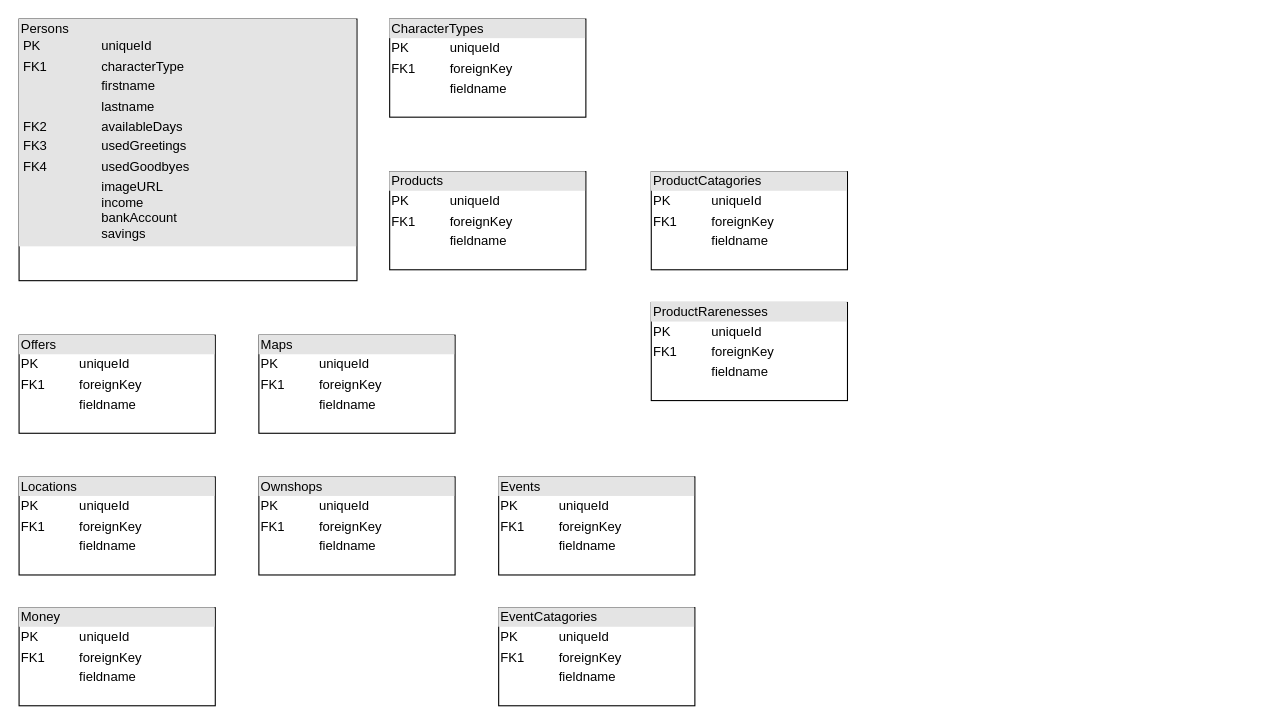
TeacherStijn/Secondhand-storekeeper keeps this draw.io diagram as Secondhandstore.drawio. Above is the earlier version. Source tidied: cells renumbered, new cells numbered last; positions are measured from the earlier drawing's top-left corner, leaving out a move shared by most shapes. Both pictures are drawn from the tidied source at 109%, with x=0, y=0 at pixel (19, 19).
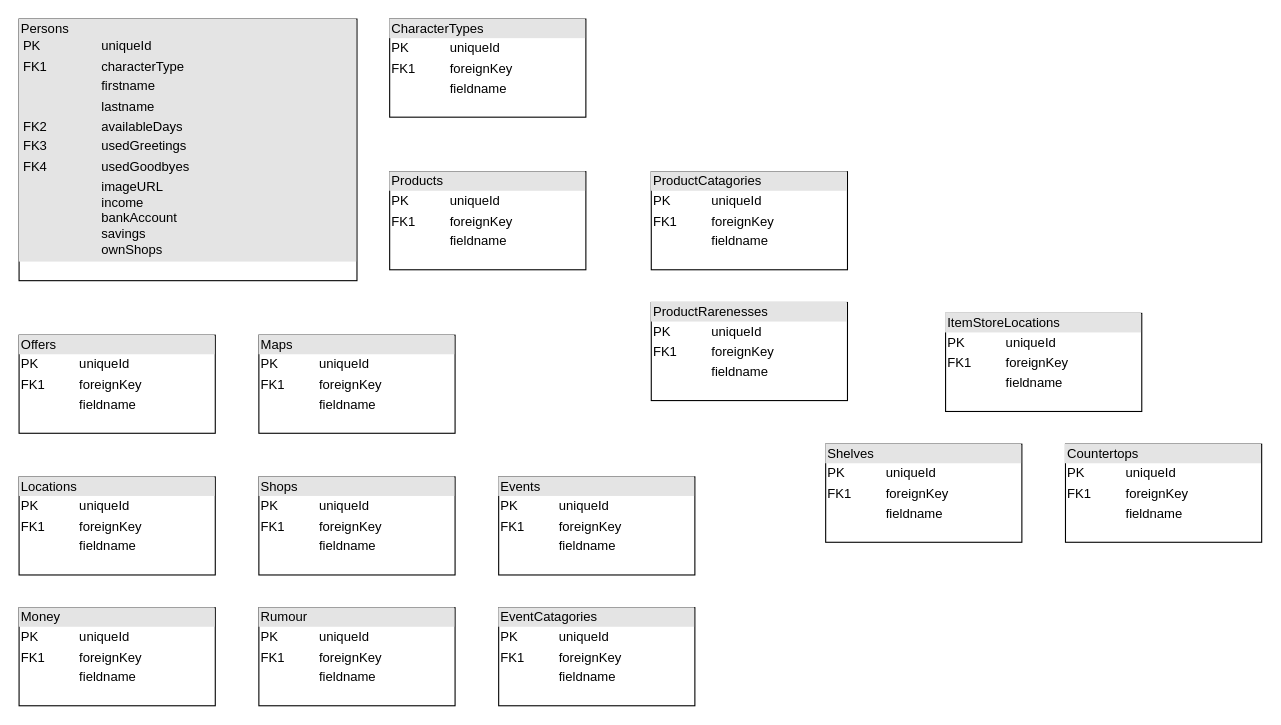
Above is the later version.

What changed in the source:
```diff
@@
 <mxGraphModel>
   <root>
     <mxCell id="0" />
     <mxCell id="1" parent="0" />
-    <mxCell id="2" value="&lt;div style=&quot;box-sizing:border-box;width:100%;background:#e4e4e4;padding:2px;&quot;&gt;Persons&lt;table style=&quot;background-color: initial; font-size: 1em; width: 100%;&quot; cellpadding=&quot;2&quot; cellspacing=&quot;0&quot;&gt;&lt;tbody&gt;&lt;tr&gt;&lt;td&gt;PK&lt;/td&gt;&lt;td&gt;uniqueId&lt;/td&gt;&lt;/tr&gt;&lt;tr&gt;&lt;td&gt;FK1&lt;/td&gt;&lt;td&gt;characterType&lt;/td&gt;&lt;/tr&gt;&lt;tr&gt;&lt;td&gt;&lt;/td&gt;&lt;td&gt;firstname&lt;br&gt;&lt;/td&gt;&lt;/tr&gt;&lt;tr&gt;&lt;td&gt;&lt;br&gt;&lt;/td&gt;&lt;td&gt;lastname&lt;/td&gt;&lt;/tr&gt;&lt;tr&gt;&lt;td&gt;FK2&lt;/td&gt;&lt;td&gt;availableDays&lt;/td&gt;&lt;/tr&gt;&lt;tr&gt;&lt;td&gt;FK3&lt;/td&gt;&lt;td&gt;usedGreetings&lt;/td&gt;&lt;/tr&gt;&lt;tr&gt;&lt;td&gt;FK4&lt;/td&gt;&lt;td&gt;usedGoodbyes&lt;/td&gt;&lt;/tr&gt;&lt;tr&gt;&lt;td&gt;&lt;br&gt;&lt;/td&gt;&lt;td&gt;imageURL&lt;br&gt;income&lt;br&gt;bankAccount&lt;br&gt;savings&lt;/td&gt;&lt;/tr&gt;&lt;/tbody&gt;&lt;/table&gt;&lt;/div&gt;" style="verticalAlign=top;align=left;overflow=fill;html=1;" parent="1" vertex="1">
+    <mxCell id="2" value="&lt;div style=&quot;box-sizing:border-box;width:100%;background:#e4e4e4;padding:2px;&quot;&gt;Persons&lt;table style=&quot;background-color: initial; font-size: 1em; width: 100%;&quot; cellpadding=&quot;2&quot; cellspacing=&quot;0&quot;&gt;&lt;tbody&gt;&lt;tr&gt;&lt;td&gt;PK&lt;/td&gt;&lt;td&gt;uniqueId&lt;/td&gt;&lt;/tr&gt;&lt;tr&gt;&lt;td&gt;FK1&lt;/td&gt;&lt;td&gt;characterType&lt;/td&gt;&lt;/tr&gt;&lt;tr&gt;&lt;td&gt;&lt;/td&gt;&lt;td&gt;firstname&lt;br&gt;&lt;/td&gt;&lt;/tr&gt;&lt;tr&gt;&lt;td&gt;&lt;br&gt;&lt;/td&gt;&lt;td&gt;lastname&lt;/td&gt;&lt;/tr&gt;&lt;tr&gt;&lt;td&gt;FK2&lt;/td&gt;&lt;td&gt;availableDays&lt;/td&gt;&lt;/tr&gt;&lt;tr&gt;&lt;td&gt;FK3&lt;/td&gt;&lt;td&gt;usedGreetings&lt;/td&gt;&lt;/tr&gt;&lt;tr&gt;&lt;td&gt;FK4&lt;/td&gt;&lt;td&gt;usedGoodbyes&lt;/td&gt;&lt;/tr&gt;&lt;tr&gt;&lt;td&gt;&lt;br&gt;&lt;/td&gt;&lt;td&gt;imageURL&lt;br&gt;income&lt;br&gt;bankAccount&lt;br&gt;savings&lt;br&gt;ownShops&lt;/td&gt;&lt;/tr&gt;&lt;/tbody&gt;&lt;/table&gt;&lt;/div&gt;" style="verticalAlign=top;align=left;overflow=fill;html=1;" parent="1" vertex="1">
       <mxGeometry width="310" height="240" as="geometry" />
     </mxCell>
     <mxCell id="3" value="&lt;div style=&quot;box-sizing:border-box;width:100%;background:#e4e4e4;padding:2px;&quot;&gt;Locations&lt;/div&gt;&lt;table style=&quot;width:100%;font-size:1em;&quot; cellpadding=&quot;2&quot; cellspacing=&quot;0&quot;&gt;&lt;tbody&gt;&lt;tr&gt;&lt;td&gt;PK&lt;/td&gt;&lt;td&gt;uniqueId&lt;/td&gt;&lt;/tr&gt;&lt;tr&gt;&lt;td&gt;FK1&lt;/td&gt;&lt;td&gt;foreignKey&lt;/td&gt;&lt;/tr&gt;&lt;tr&gt;&lt;td&gt;&lt;/td&gt;&lt;td&gt;fieldname&lt;/td&gt;&lt;/tr&gt;&lt;/tbody&gt;&lt;/table&gt;" style="verticalAlign=top;align=left;overflow=fill;html=1;" parent="1" vertex="1">
       <mxGeometry y="420" width="180" height="90" as="geometry" />
     </mxCell>
     <mxCell id="4" value="&lt;div style=&quot;box-sizing:border-box;width:100%;background:#e4e4e4;padding:2px;&quot;&gt;Offers&lt;/div&gt;&lt;table style=&quot;width:100%;font-size:1em;&quot; cellpadding=&quot;2&quot; cellspacing=&quot;0&quot;&gt;&lt;tbody&gt;&lt;tr&gt;&lt;td&gt;PK&lt;/td&gt;&lt;td&gt;uniqueId&lt;/td&gt;&lt;/tr&gt;&lt;tr&gt;&lt;td&gt;FK1&lt;/td&gt;&lt;td&gt;foreignKey&lt;/td&gt;&lt;/tr&gt;&lt;tr&gt;&lt;td&gt;&lt;/td&gt;&lt;td&gt;fieldname&lt;/td&gt;&lt;/tr&gt;&lt;/tbody&gt;&lt;/table&gt;" style="verticalAlign=top;align=left;overflow=fill;html=1;" parent="1" vertex="1">
       <mxGeometry y="290" width="180" height="90" as="geometry" />
     </mxCell>
-    <mxCell id="5" value="&lt;div style=&quot;box-sizing:border-box;width:100%;background:#e4e4e4;padding:2px;&quot;&gt;Ownshops&lt;/div&gt;&lt;table style=&quot;width:100%;font-size:1em;&quot; cellpadding=&quot;2&quot; cellspacing=&quot;0&quot;&gt;&lt;tbody&gt;&lt;tr&gt;&lt;td&gt;PK&lt;/td&gt;&lt;td&gt;uniqueId&lt;/td&gt;&lt;/tr&gt;&lt;tr&gt;&lt;td&gt;FK1&lt;/td&gt;&lt;td&gt;foreignKey&lt;/td&gt;&lt;/tr&gt;&lt;tr&gt;&lt;td&gt;&lt;/td&gt;&lt;td&gt;fieldname&lt;/td&gt;&lt;/tr&gt;&lt;/tbody&gt;&lt;/table&gt;" style="verticalAlign=top;align=left;overflow=fill;html=1;" parent="1" vertex="1">
+    <mxCell id="5" value="&lt;div style=&quot;box-sizing:border-box;width:100%;background:#e4e4e4;padding:2px;&quot;&gt;Shops&lt;/div&gt;&lt;table style=&quot;width:100%;font-size:1em;&quot; cellpadding=&quot;2&quot; cellspacing=&quot;0&quot;&gt;&lt;tbody&gt;&lt;tr&gt;&lt;td&gt;PK&lt;/td&gt;&lt;td&gt;uniqueId&lt;/td&gt;&lt;/tr&gt;&lt;tr&gt;&lt;td&gt;FK1&lt;/td&gt;&lt;td&gt;foreignKey&lt;/td&gt;&lt;/tr&gt;&lt;tr&gt;&lt;td&gt;&lt;/td&gt;&lt;td&gt;fieldname&lt;/td&gt;&lt;/tr&gt;&lt;/tbody&gt;&lt;/table&gt;" style="verticalAlign=top;align=left;overflow=fill;html=1;" parent="1" vertex="1">
       <mxGeometry x="220" y="420" width="180" height="90" as="geometry" />
     </mxCell>
     <mxCell id="6" value="&lt;div style=&quot;box-sizing:border-box;width:100%;background:#e4e4e4;padding:2px;&quot;&gt;Maps&lt;/div&gt;&lt;table style=&quot;width:100%;font-size:1em;&quot; cellpadding=&quot;2&quot; cellspacing=&quot;0&quot;&gt;&lt;tbody&gt;&lt;tr&gt;&lt;td&gt;PK&lt;/td&gt;&lt;td&gt;uniqueId&lt;/td&gt;&lt;/tr&gt;&lt;tr&gt;&lt;td&gt;FK1&lt;/td&gt;&lt;td&gt;foreignKey&lt;/td&gt;&lt;/tr&gt;&lt;tr&gt;&lt;td&gt;&lt;/td&gt;&lt;td&gt;fieldname&lt;/td&gt;&lt;/tr&gt;&lt;/tbody&gt;&lt;/table&gt;" style="verticalAlign=top;align=left;overflow=fill;html=1;" parent="1" vertex="1">
       <mxGeometry x="220" y="290" width="180" height="90" as="geometry" />
     </mxCell>
     <mxCell id="7" value="&lt;div style=&quot;box-sizing:border-box;width:100%;background:#e4e4e4;padding:2px;&quot;&gt;Products&lt;/div&gt;&lt;table style=&quot;width:100%;font-size:1em;&quot; cellpadding=&quot;2&quot; cellspacing=&quot;0&quot;&gt;&lt;tbody&gt;&lt;tr&gt;&lt;td&gt;PK&lt;/td&gt;&lt;td&gt;uniqueId&lt;/td&gt;&lt;/tr&gt;&lt;tr&gt;&lt;td&gt;FK1&lt;/td&gt;&lt;td&gt;foreignKey&lt;/td&gt;&lt;/tr&gt;&lt;tr&gt;&lt;td&gt;&lt;/td&gt;&lt;td&gt;fieldname&lt;/td&gt;&lt;/tr&gt;&lt;/tbody&gt;&lt;/table&gt;" style="verticalAlign=top;align=left;overflow=fill;html=1;" parent="1" vertex="1">
       <mxGeometry x="340" y="140" width="180" height="90" as="geometry" />
     </mxCell>
     <mxCell id="8" value="&lt;div style=&quot;box-sizing:border-box;width:100%;background:#e4e4e4;padding:2px;&quot;&gt;CharacterTypes&lt;/div&gt;&lt;table style=&quot;width:100%;font-size:1em;&quot; cellpadding=&quot;2&quot; cellspacing=&quot;0&quot;&gt;&lt;tbody&gt;&lt;tr&gt;&lt;td&gt;PK&lt;/td&gt;&lt;td&gt;uniqueId&lt;/td&gt;&lt;/tr&gt;&lt;tr&gt;&lt;td&gt;FK1&lt;/td&gt;&lt;td&gt;foreignKey&lt;/td&gt;&lt;/tr&gt;&lt;tr&gt;&lt;td&gt;&lt;/td&gt;&lt;td&gt;fieldname&lt;/td&gt;&lt;/tr&gt;&lt;/tbody&gt;&lt;/table&gt;" style="verticalAlign=top;align=left;overflow=fill;html=1;" parent="1" vertex="1">
       <mxGeometry x="340" width="180" height="90" as="geometry" />
     </mxCell>
     <mxCell id="9" value="&lt;div style=&quot;box-sizing:border-box;width:100%;background:#e4e4e4;padding:2px;&quot;&gt;ProductCatagories&lt;/div&gt;&lt;table style=&quot;width:100%;font-size:1em;&quot; cellpadding=&quot;2&quot; cellspacing=&quot;0&quot;&gt;&lt;tbody&gt;&lt;tr&gt;&lt;td&gt;PK&lt;/td&gt;&lt;td&gt;uniqueId&lt;/td&gt;&lt;/tr&gt;&lt;tr&gt;&lt;td&gt;FK1&lt;/td&gt;&lt;td&gt;foreignKey&lt;/td&gt;&lt;/tr&gt;&lt;tr&gt;&lt;td&gt;&lt;/td&gt;&lt;td&gt;fieldname&lt;/td&gt;&lt;/tr&gt;&lt;/tbody&gt;&lt;/table&gt;" style="verticalAlign=top;align=left;overflow=fill;html=1;" parent="1" vertex="1">
       <mxGeometry x="580" y="140" width="180" height="90" as="geometry" />
     </mxCell>
     <mxCell id="10" value="&lt;div style=&quot;box-sizing:border-box;width:100%;background:#e4e4e4;padding:2px;&quot;&gt;ProductRarenesses&lt;/div&gt;&lt;table style=&quot;width:100%;font-size:1em;&quot; cellpadding=&quot;2&quot; cellspacing=&quot;0&quot;&gt;&lt;tbody&gt;&lt;tr&gt;&lt;td&gt;PK&lt;/td&gt;&lt;td&gt;uniqueId&lt;/td&gt;&lt;/tr&gt;&lt;tr&gt;&lt;td&gt;FK1&lt;/td&gt;&lt;td&gt;foreignKey&lt;/td&gt;&lt;/tr&gt;&lt;tr&gt;&lt;td&gt;&lt;/td&gt;&lt;td&gt;fieldname&lt;/td&gt;&lt;/tr&gt;&lt;/tbody&gt;&lt;/table&gt;" style="verticalAlign=top;align=left;overflow=fill;html=1;" parent="1" vertex="1">
       <mxGeometry x="580" y="260" width="180" height="90" as="geometry" />
     </mxCell>
     <mxCell id="11" value="&lt;div style=&quot;box-sizing:border-box;width:100%;background:#e4e4e4;padding:2px;&quot;&gt;Events&lt;/div&gt;&lt;table style=&quot;width:100%;font-size:1em;&quot; cellpadding=&quot;2&quot; cellspacing=&quot;0&quot;&gt;&lt;tbody&gt;&lt;tr&gt;&lt;td&gt;PK&lt;/td&gt;&lt;td&gt;uniqueId&lt;/td&gt;&lt;/tr&gt;&lt;tr&gt;&lt;td&gt;FK1&lt;/td&gt;&lt;td&gt;foreignKey&lt;/td&gt;&lt;/tr&gt;&lt;tr&gt;&lt;td&gt;&lt;/td&gt;&lt;td&gt;fieldname&lt;/td&gt;&lt;/tr&gt;&lt;/tbody&gt;&lt;/table&gt;" style="verticalAlign=top;align=left;overflow=fill;html=1;" parent="1" vertex="1">
       <mxGeometry x="440" y="420" width="180" height="90" as="geometry" />
     </mxCell>
     <mxCell id="12" value="&lt;div style=&quot;box-sizing:border-box;width:100%;background:#e4e4e4;padding:2px;&quot;&gt;EventCatagories&lt;/div&gt;&lt;table style=&quot;width:100%;font-size:1em;&quot; cellpadding=&quot;2&quot; cellspacing=&quot;0&quot;&gt;&lt;tbody&gt;&lt;tr&gt;&lt;td&gt;PK&lt;/td&gt;&lt;td&gt;uniqueId&lt;/td&gt;&lt;/tr&gt;&lt;tr&gt;&lt;td&gt;FK1&lt;/td&gt;&lt;td&gt;foreignKey&lt;/td&gt;&lt;/tr&gt;&lt;tr&gt;&lt;td&gt;&lt;/td&gt;&lt;td&gt;fieldname&lt;/td&gt;&lt;/tr&gt;&lt;/tbody&gt;&lt;/table&gt;" style="verticalAlign=top;align=left;overflow=fill;html=1;" parent="1" vertex="1">
       <mxGeometry x="440" y="540" width="180" height="90" as="geometry" />
     </mxCell>
     <mxCell id="13" value="&lt;div style=&quot;box-sizing:border-box;width:100%;background:#e4e4e4;padding:2px;&quot;&gt;Money&lt;/div&gt;&lt;table style=&quot;width:100%;font-size:1em;&quot; cellpadding=&quot;2&quot; cellspacing=&quot;0&quot;&gt;&lt;tbody&gt;&lt;tr&gt;&lt;td&gt;PK&lt;/td&gt;&lt;td&gt;uniqueId&lt;/td&gt;&lt;/tr&gt;&lt;tr&gt;&lt;td&gt;FK1&lt;/td&gt;&lt;td&gt;foreignKey&lt;/td&gt;&lt;/tr&gt;&lt;tr&gt;&lt;td&gt;&lt;/td&gt;&lt;td&gt;fieldname&lt;/td&gt;&lt;/tr&gt;&lt;/tbody&gt;&lt;/table&gt;" style="verticalAlign=top;align=left;overflow=fill;html=1;" parent="1" vertex="1">
       <mxGeometry y="540" width="180" height="90" as="geometry" />
     </mxCell>
+    <mxCell id="14" value="&lt;div style=&quot;box-sizing:border-box;width:100%;background:#e4e4e4;padding:2px;&quot;&gt;Rumour&lt;/div&gt;&lt;table style=&quot;width:100%;font-size:1em;&quot; cellpadding=&quot;2&quot; cellspacing=&quot;0&quot;&gt;&lt;tbody&gt;&lt;tr&gt;&lt;td&gt;PK&lt;/td&gt;&lt;td&gt;uniqueId&lt;/td&gt;&lt;/tr&gt;&lt;tr&gt;&lt;td&gt;FK1&lt;/td&gt;&lt;td&gt;foreignKey&lt;/td&gt;&lt;/tr&gt;&lt;tr&gt;&lt;td&gt;&lt;/td&gt;&lt;td&gt;fieldname&lt;/td&gt;&lt;/tr&gt;&lt;/tbody&gt;&lt;/table&gt;" style="verticalAlign=top;align=left;overflow=fill;html=1;" parent="1" vertex="1">
+      <mxGeometry x="220" y="540" width="180" height="90" as="geometry" />
+    </mxCell>
+    <mxCell id="15" value="&lt;div style=&quot;box-sizing:border-box;width:100%;background:#e4e4e4;padding:2px;&quot;&gt;ItemStoreLocations&lt;/div&gt;&lt;table style=&quot;width:100%;font-size:1em;&quot; cellpadding=&quot;2&quot; cellspacing=&quot;0&quot;&gt;&lt;tbody&gt;&lt;tr&gt;&lt;td&gt;PK&lt;/td&gt;&lt;td&gt;uniqueId&lt;/td&gt;&lt;/tr&gt;&lt;tr&gt;&lt;td&gt;FK1&lt;/td&gt;&lt;td&gt;foreignKey&lt;/td&gt;&lt;/tr&gt;&lt;tr&gt;&lt;td&gt;&lt;/td&gt;&lt;td&gt;fieldname&lt;/td&gt;&lt;/tr&gt;&lt;/tbody&gt;&lt;/table&gt;" style="verticalAlign=top;align=left;overflow=fill;html=1;" parent="1" vertex="1">
+      <mxGeometry x="850" y="270" width="180" height="90" as="geometry" />
+    </mxCell>
+    <mxCell id="16" value="&lt;div style=&quot;box-sizing:border-box;width:100%;background:#e4e4e4;padding:2px;&quot;&gt;Shelves&lt;/div&gt;&lt;table style=&quot;width:100%;font-size:1em;&quot; cellpadding=&quot;2&quot; cellspacing=&quot;0&quot;&gt;&lt;tbody&gt;&lt;tr&gt;&lt;td&gt;PK&lt;/td&gt;&lt;td&gt;uniqueId&lt;/td&gt;&lt;/tr&gt;&lt;tr&gt;&lt;td&gt;FK1&lt;/td&gt;&lt;td&gt;foreignKey&lt;/td&gt;&lt;/tr&gt;&lt;tr&gt;&lt;td&gt;&lt;/td&gt;&lt;td&gt;fieldname&lt;/td&gt;&lt;/tr&gt;&lt;/tbody&gt;&lt;/table&gt;" style="verticalAlign=top;align=left;overflow=fill;html=1;" parent="1" vertex="1">
+      <mxGeometry x="740" y="390" width="180" height="90" as="geometry" />
+    </mxCell>
+    <mxCell id="17" value="&lt;div style=&quot;box-sizing:border-box;width:100%;background:#e4e4e4;padding:2px;&quot;&gt;Countertops&lt;/div&gt;&lt;table style=&quot;width:100%;font-size:1em;&quot; cellpadding=&quot;2&quot; cellspacing=&quot;0&quot;&gt;&lt;tbody&gt;&lt;tr&gt;&lt;td&gt;PK&lt;/td&gt;&lt;td&gt;uniqueId&lt;/td&gt;&lt;/tr&gt;&lt;tr&gt;&lt;td&gt;FK1&lt;/td&gt;&lt;td&gt;foreignKey&lt;/td&gt;&lt;/tr&gt;&lt;tr&gt;&lt;td&gt;&lt;/td&gt;&lt;td&gt;fieldname&lt;/td&gt;&lt;/tr&gt;&lt;/tbody&gt;&lt;/table&gt;" style="verticalAlign=top;align=left;overflow=fill;html=1;" parent="1" vertex="1">
+      <mxGeometry x="960" y="390" width="180" height="90" as="geometry" />
+    </mxCell>
   </root>
 </mxGraphModel>
```
